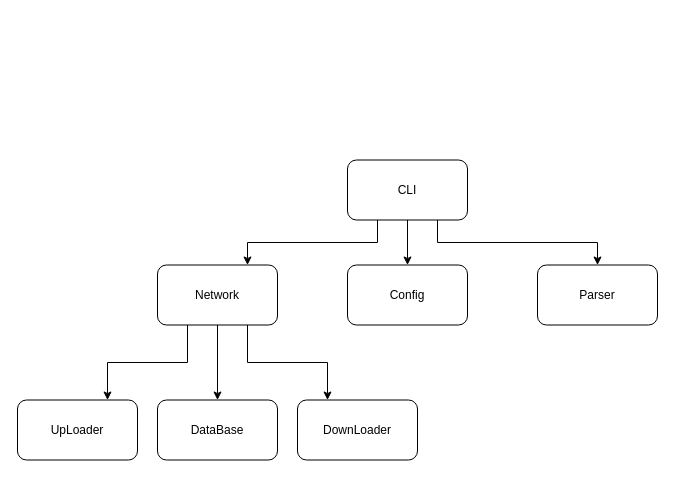
lucky-rydar/our_game keeps this draw.io diagram as documentation/GameServerUML.drawio. Above is the earlier version. Source tidied: cells renumbered, new cells numbered last; positions are measured from the earlier drawing's top-left corner, leaving out a move shared by most shapes. Both pictures are drawn from the tidied source at 100%, with x=0, y=0 at pixel (17, 159).
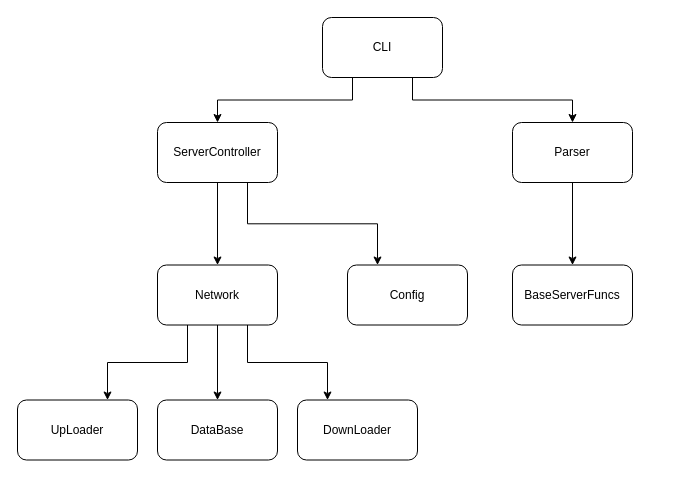
The same diagram, later.

Commit message (it also covers changes not shown here):
Updated documentation and Defined ServerController class

Diff of the diagram source:
```diff
@@
 <mxGraphModel>
   <root>
     <mxCell id="0" />
     <mxCell id="1" parent="0" />
     <mxCell id="2" style="edgeStyle=orthogonalEdgeStyle;rounded=0;jettySize=auto;html=1;exitX=0.5;exitY=1;exitDx=0;exitDy=0;entryX=0.5;entryY=0;entryDx=0;entryDy=0;" parent="1" edge="1" source="5" target="7">
       <mxGeometry relative="1" as="geometry" />
     </mxCell>
     <mxCell id="3" style="edgeStyle=orthogonalEdgeStyle;rounded=0;jettySize=auto;html=1;exitX=0.25;exitY=1;exitDx=0;exitDy=0;entryX=0.75;entryY=0;entryDx=0;entryDy=0;" parent="1" edge="1" source="5" target="6">
       <mxGeometry relative="1" as="geometry" />
     </mxCell>
     <mxCell id="4" style="edgeStyle=orthogonalEdgeStyle;rounded=0;jettySize=auto;html=1;exitX=0.75;exitY=1;exitDx=0;exitDy=0;entryX=0.25;entryY=0;entryDx=0;entryDy=0;" parent="1" edge="1" source="5" target="8">
       <mxGeometry relative="1" as="geometry" />
     </mxCell>
     <mxCell id="5" value="Network" style="rounded=1;whiteSpace=wrap;html=1;" parent="1" vertex="1">
       <mxGeometry x="140" y="105.5" width="120" height="60" as="geometry" />
     </mxCell>
     <mxCell id="6" value="UpLoader&lt;br&gt;" style="rounded=1;whiteSpace=wrap;html=1;" parent="1" vertex="1">
       <mxGeometry y="240.5" width="120" height="60" as="geometry" />
     </mxCell>
     <mxCell id="7" value="DataBase" style="rounded=1;whiteSpace=wrap;html=1;" parent="1" vertex="1">
       <mxGeometry x="140" y="240.5" width="120" height="60" as="geometry" />
     </mxCell>
     <mxCell id="8" value="DownLoader" style="rounded=1;whiteSpace=wrap;html=1;" parent="1" vertex="1">
       <mxGeometry x="280" y="240.5" width="120" height="60" as="geometry" />
     </mxCell>
-    <mxCell id="9" style="edgeStyle=orthogonalEdgeStyle;rounded=0;jettySize=auto;html=1;exitX=0.25;exitY=1;exitDx=0;exitDy=0;entryX=0.75;entryY=0;entryDx=0;entryDy=0;" parent="1" edge="1" source="12" target="5">
-      <mxGeometry relative="1" as="geometry" />
-    </mxCell>
     <mxCell id="10" style="edgeStyle=orthogonalEdgeStyle;rounded=0;jettySize=auto;html=1;exitX=0.75;exitY=1;exitDx=0;exitDy=0;" parent="1" edge="1" source="12" target="13">
       <mxGeometry relative="1" as="geometry" />
     </mxCell>
-    <mxCell id="11" style="edgeStyle=orthogonalEdgeStyle;rounded=0;jettySize=auto;html=1;exitX=0.5;exitY=1;exitDx=0;exitDy=0;entryX=0.5;entryY=0;entryDx=0;entryDy=0;" parent="1" edge="1" source="12" target="14">
-      <mxGeometry relative="1" as="geometry" />
-    </mxCell>
+    <mxCell id="15" style="edgeStyle=orthogonalEdgeStyle;rounded=0;jettySize=auto;html=1;exitX=0.25;exitY=1;exitDx=0;exitDy=0;entryX=0.5;entryY=0;entryDx=0;entryDy=0;" parent="1" edge="1" source="12" target="19">
+      <mxGeometry relative="1" as="geometry" />
+    </mxCell>
     <mxCell id="12" value="CLI&lt;br&gt;" style="rounded=1;whiteSpace=wrap;html=1;" parent="1" vertex="1">
-      <mxGeometry x="330" y="0.5" width="120" height="60" as="geometry" />
+      <mxGeometry x="305" y="-142" width="120" height="60" as="geometry" />
     </mxCell>
+    <mxCell id="16" style="edgeStyle=orthogonalEdgeStyle;rounded=0;jettySize=auto;html=1;exitX=0.5;exitY=1;exitDx=0;exitDy=0;entryX=0.5;entryY=0;entryDx=0;entryDy=0;" parent="1" edge="1" source="13" target="20">
+      <mxGeometry relative="1" as="geometry" />
+    </mxCell>
     <mxCell id="13" value="Parser&lt;br&gt;" style="rounded=1;whiteSpace=wrap;html=1;" parent="1" vertex="1">
-      <mxGeometry x="520" y="105.5" width="120" height="60" as="geometry" />
+      <mxGeometry x="495" y="-37" width="120" height="60" as="geometry" />
     </mxCell>
     <mxCell id="14" value="Config&lt;br&gt;" style="rounded=1;whiteSpace=wrap;html=1;" parent="1" vertex="1">
       <mxGeometry x="330" y="105.5" width="120" height="60" as="geometry" />
     </mxCell>
+    <mxCell id="17" style="edgeStyle=orthogonalEdgeStyle;rounded=0;jettySize=auto;html=1;exitX=0.5;exitY=1;exitDx=0;exitDy=0;entryX=0.5;entryY=0;entryDx=0;entryDy=0;" parent="1" edge="1" source="19" target="5">
+      <mxGeometry relative="1" as="geometry" />
+    </mxCell>
+    <mxCell id="18" style="edgeStyle=orthogonalEdgeStyle;rounded=0;jettySize=auto;html=1;exitX=0.75;exitY=1;exitDx=0;exitDy=0;entryX=0.25;entryY=0;entryDx=0;entryDy=0;" parent="1" edge="1" source="19" target="14">
+      <mxGeometry relative="1" as="geometry" />
+    </mxCell>
+    <mxCell id="19" value="ServerController&lt;br&gt;" style="rounded=1;whiteSpace=wrap;html=1;" parent="1" vertex="1">
+      <mxGeometry x="140" y="-37" width="120" height="60" as="geometry" />
+    </mxCell>
+    <mxCell id="20" value="BaseServerFuncs&lt;br&gt;" style="rounded=1;whiteSpace=wrap;html=1;" parent="1" vertex="1">
+      <mxGeometry x="495" y="105.5" width="120" height="60" as="geometry" />
+    </mxCell>
   </root>
 </mxGraphModel>
```
